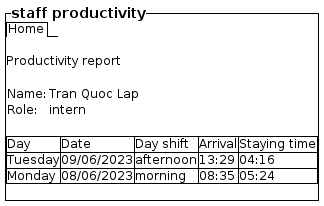
Before: docs/UML/Prototype/staff-productivity.png, a diagram exported from PlantUML (LapTQ/MCT).
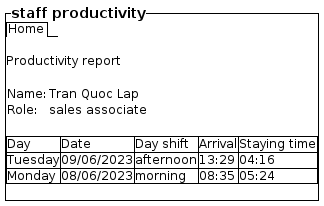
Above is the later version.

Change to the diagram source:
```diff
@@ -8,7 +8,7 @@
     .
     {
         Name: | Tran Quoc Lap
-        Role: | intern
+        Role: | sales associate
     }
     .
     {#
```
